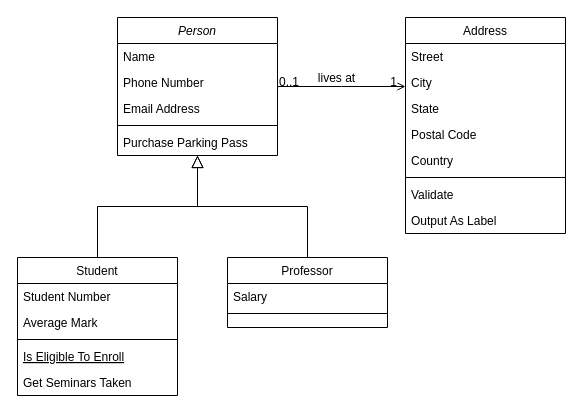
The draw.io diagram doc/Software Architecture.drawio in FIRST-Tech-Challenge/FtcRobotController, before the edit. Source tidied: cells renumbered, new cells numbered last; positions are measured from the earlier drawing's top-left corner, leaving out a move shared by most shapes. Both pictures are drawn from the tidied source at 100%, with x=0, y=0 at pixel (17, 17).
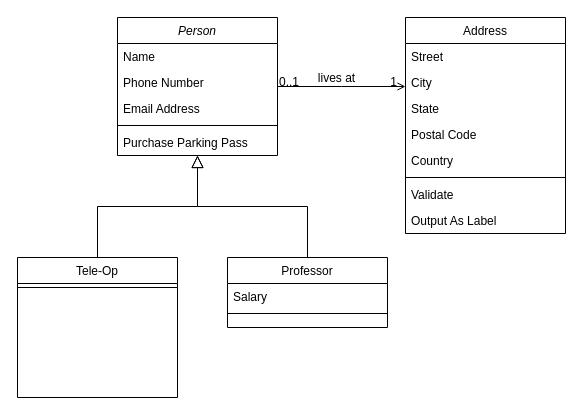
Above is the later version.

What changed in the source:
```diff
@@
-    <mxCell id="8" value="Student" style="swimlane;fontStyle=0;align=center;verticalAlign=top;horizontal=1;startSize=26;rounded=0;shadow=0;strokeWidth=1;" parent="1" vertex="1">
-      <mxGeometry y="240" width="160" height="138" as="geometry" />
+    <mxCell id="8" value="Tele-Op" style="swimlane;fontStyle=0;align=center;verticalAlign=top;horizontal=1;startSize=26;rounded=0;shadow=0;strokeWidth=1;" parent="1" vertex="1">
+      <mxGeometry y="240" width="160" height="140" as="geometry" />
     </mxCell>
-    <mxCell id="9" value="Student Number" style="text;align=left;verticalAlign=top;spacingLeft=4;spacingRight=4;overflow=hidden;" parent="8" vertex="1">
-      <mxGeometry y="26" width="160" height="26" as="geometry" />
-    </mxCell>
-    <mxCell id="10" value="Average Mark" style="text;align=left;verticalAlign=top;spacingLeft=4;spacingRight=4;overflow=hidden;rounded=0;shadow=0;html=0;" parent="8" vertex="1">
-      <mxGeometry y="52" width="160" height="26" as="geometry" />
-    </mxCell>
     <mxCell id="11" style="line;html=1;strokeWidth=1;align=left;verticalAlign=middle;spacingTop=-1;spacingLeft=3;spacingRight=3;labelPosition=right;" parent="8" vertex="1">
-      <mxGeometry y="78" width="160" height="8" as="geometry" />
+      <mxGeometry y="26" width="160" height="8" as="geometry" />
     </mxCell>
-    <mxCell id="12" value="Is Eligible To Enroll" style="text;align=left;verticalAlign=top;spacingLeft=4;spacingRight=4;overflow=hidden;fontStyle=4;" parent="8" vertex="1">
-      <mxGeometry y="86" width="160" height="26" as="geometry" />
-    </mxCell>
-    <mxCell id="13" value="Get Seminars Taken" style="text;align=left;verticalAlign=top;spacingLeft=4;spacingRight=4;overflow=hidden;" parent="8" vertex="1">
-      <mxGeometry y="112" width="160" height="26" as="geometry" />
-    </mxCell>
```
